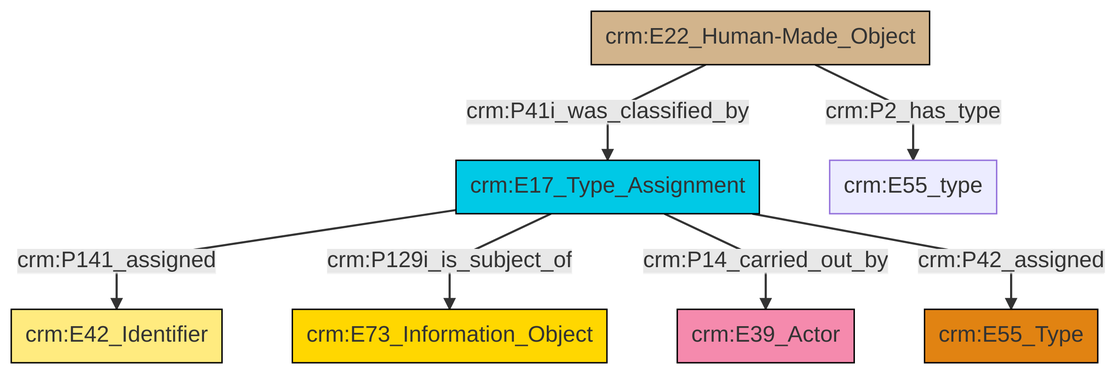
The Mermaid diagram et/builtWorkCSV/ttl/mmd/png/Built_Work_designation_status.png in swiss-art-research-net/reference-data-models, before a commit. Its source is kept beside it as et/builtWorkCSV/ttl/mmd/Built_Work_designation_status.ttl.mmd.
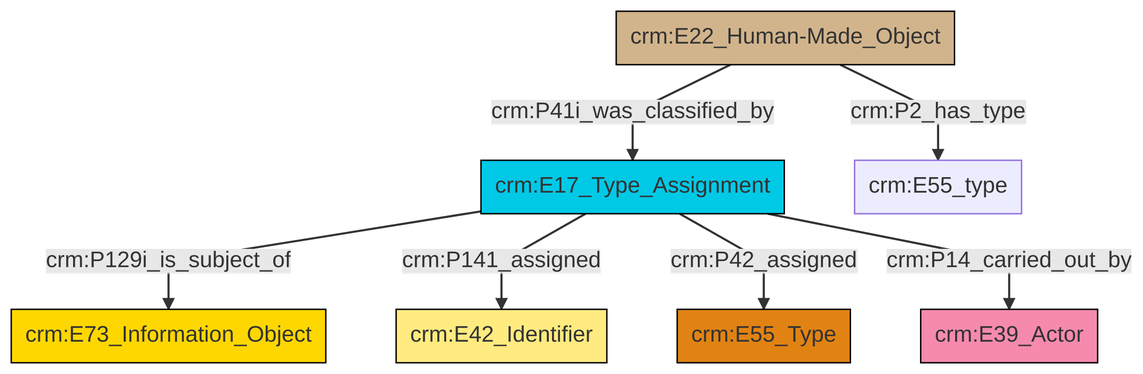
After the change.

Diff of the diagram source:
```diff
@@ -13,9 +13,9 @@
 classDef PC_Classes fill:#4ce600, stroke:#000000;
 classDef Multi fill:#cccccc,stroke:#000000;
 
-4["crm:E17_Type_Assignment"]:::Temporal_Entity -->|crm:P141_assigned| 2["crm:E42_Identifier"]:::Appellation
-4["crm:E17_Type_Assignment"]:::Temporal_Entity -->|crm:P129i_is_subject_of| 0["crm:E73_Information_Object"]:::Conceptual_Object
-12["crm:E22_Human-Made_Object"]:::Physical_Thing -->|crm:P2_has_type| 7["crm:E55_type"]:::Default
-4["crm:E17_Type_Assignment"]:::Temporal_Entity -->|crm:P14_carried_out_by| 9["crm:E39_Actor"]:::Actor
-4["crm:E17_Type_Assignment"]:::Temporal_Entity -->|crm:P42_assigned| 5["crm:E55_Type"]:::Type
-12["crm:E22_Human-Made_Object"]:::Physical_Thing -->|crm:P41i_was_classified_by| 4["crm:E17_Type_Assignment"]:::Temporal_Entity
+0["crm:E17_Type_Assignment"]:::Temporal_Entity -->|crm:P129i_is_subject_of| 6["crm:E73_Information_Object"]:::Conceptual_Object
+0["crm:E17_Type_Assignment"]:::Temporal_Entity -->|crm:P141_assigned| 7["crm:E42_Identifier"]:::Appellation
+4["crm:E22_Human-Made_Object"]:::Physical_Thing -->|crm:P2_has_type| 8["crm:E55_type"]:::Default
+0["crm:E17_Type_Assignment"]:::Temporal_Entity -->|crm:P42_assigned| 11["crm:E55_Type"]:::Type
+0["crm:E17_Type_Assignment"]:::Temporal_Entity -->|crm:P14_carried_out_by| 2["crm:E39_Actor"]:::Actor
+4["crm:E22_Human-Made_Object"]:::Physical_Thing -->|crm:P41i_was_classified_by| 0["crm:E17_Type_Assignment"]:::Temporal_Entity
```
